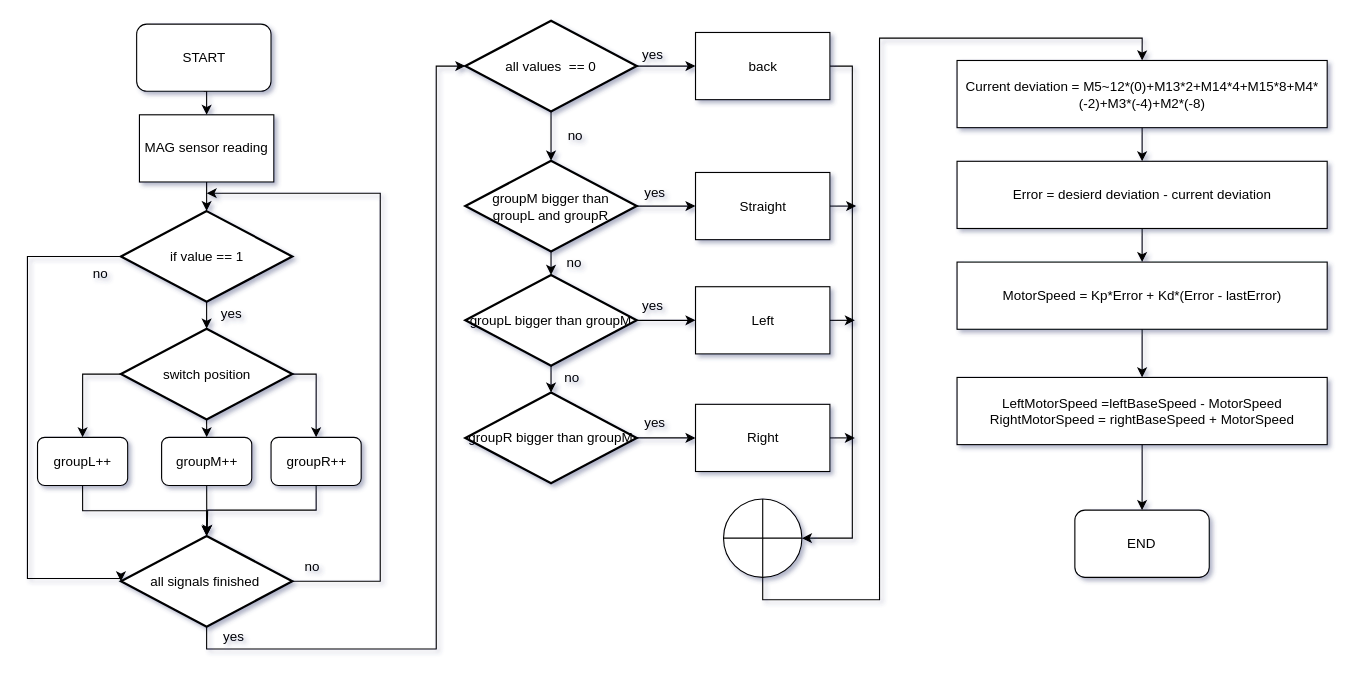
The draw.io diagram Untitled Diagram.drawio in x-dl/git, before the edit. Source tidied: cells renumbered, new cells numbered last; positions are measured from the earlier drawing's top-left corner, leaving out a move shared by most shapes. Both pictures are drawn from the tidied source at 112%, with x=0, y=0 at pixel (27, 20).
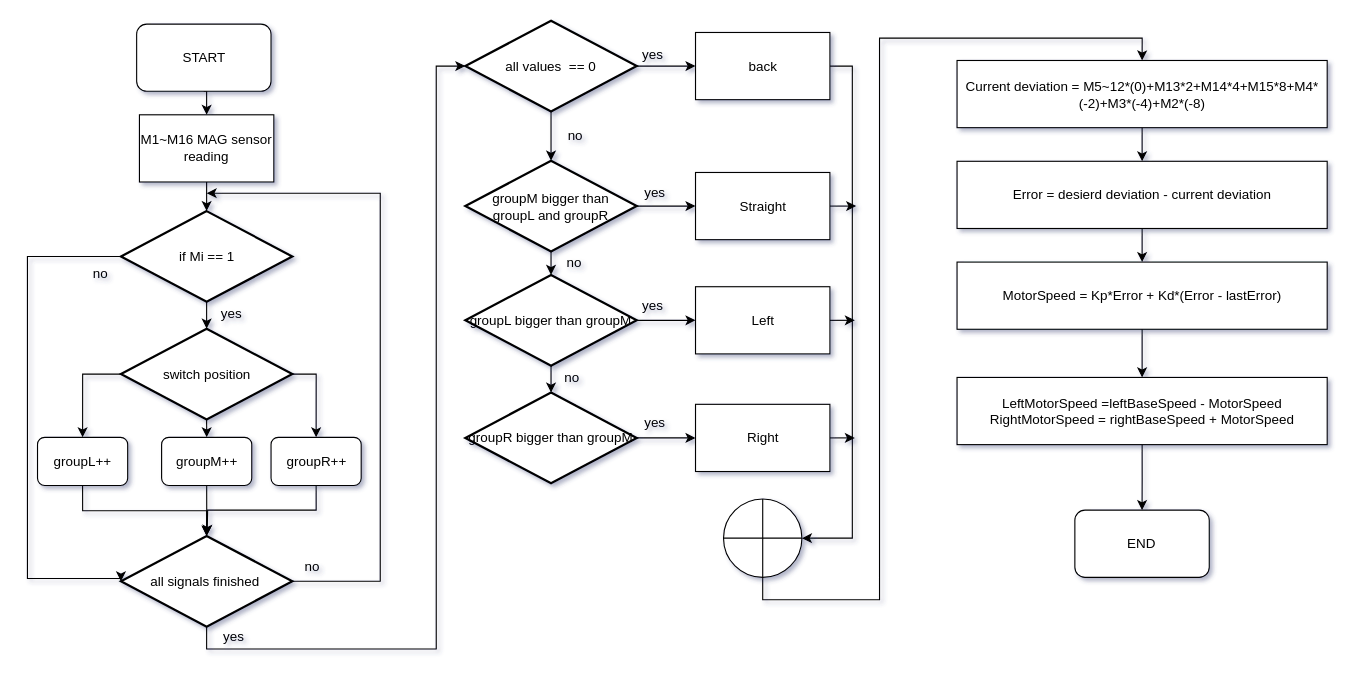
The same page after the edit.

Change to the diagram source:
```diff
@@
-    <mxCell id="5" value="MAG sensor reading" style="whiteSpace=wrap;html=1;" parent="1" vertex="1">
+    <mxCell id="5" value="M1~M16 MAG sensor reading" style="whiteSpace=wrap;html=1;" parent="1" vertex="1">
       <mxGeometry x="100" y="84" width="120" height="60" as="geometry" />
     </mxCell>
@@
-    <mxCell id="8" value="if value == 1" style="strokeWidth=2;html=1;shape=mxgraph.flowchart.decision;whiteSpace=wrap;" parent="1" vertex="1">
+    <mxCell id="8" value="if Mi == 1" style="strokeWidth=2;html=1;shape=mxgraph.flowchart.decision;whiteSpace=wrap;" parent="1" vertex="1">
       <mxGeometry x="83.5" y="170" width="153" height="81" as="geometry" />
     </mxCell>
```
